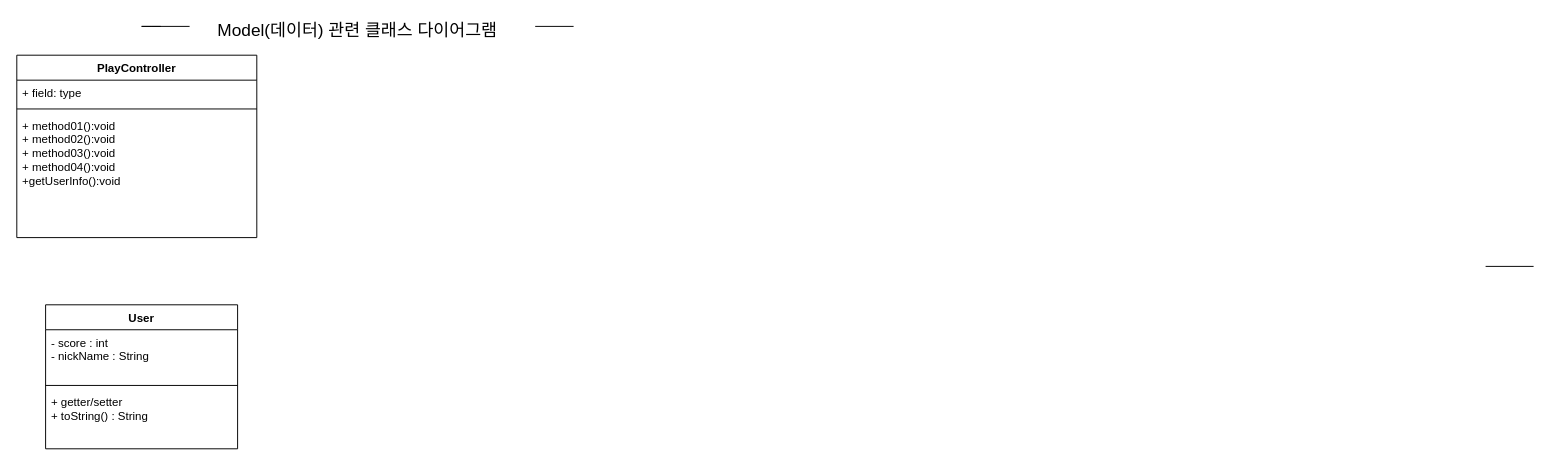
Before: 제목 없는 다이어그램.drawio in jeongwoops/jeongwoops.github.io, a draw.io diagram. Source tidied: cells renumbered, new cells numbered last; positions are measured from the earlier drawing's top-left corner, leaving out a move shared by most shapes. Both pictures are drawn from the tidied source at 96%, with x=0, y=0 at pixel (16, 16).
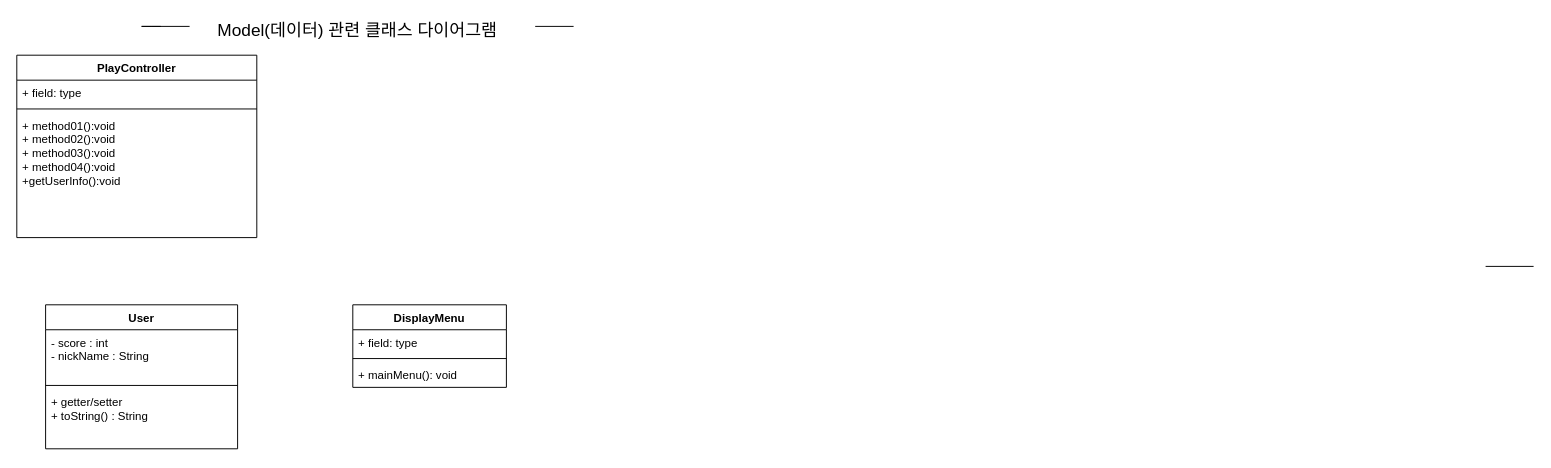
The same page after the edit.

Commit message (it also covers changes not shown here):
제목 없는 다이어그램.drawio 업데이트

Change to the diagram source:
```diff
@@
+    <mxCell id="15" value="DisplayMenu&lt;br&gt;" style="swimlane;fontStyle=1;align=center;verticalAlign=top;horizontal=1;startSize=26;whiteSpace=wrap;html=1;" parent="1" vertex="1">
+      <mxGeometry x="350" y="300" width="160" height="86" as="geometry" />
+    </mxCell>
+    <mxCell id="16" value="+ field: type" style="text;strokeColor=none;fillColor=none;align=left;verticalAlign=top;spacingLeft=4;spacingRight=4;overflow=hidden;whiteSpace=wrap;html=1;" parent="15" vertex="1">
+      <mxGeometry y="26" width="160" height="26" as="geometry" />
+    </mxCell>
+    <mxCell id="17" style="line;strokeWidth=1;fillColor=none;align=left;verticalAlign=middle;spacingTop=-1;spacingLeft=3;spacingRight=3;labelPosition=right;strokeColor=inherit;" parent="15" vertex="1">
+      <mxGeometry y="52" width="160" height="8" as="geometry" />
+    </mxCell>
+    <mxCell id="18" value="+ mainMenu(): void" style="text;strokeColor=none;fillColor=none;align=left;verticalAlign=top;spacingLeft=4;spacingRight=4;overflow=hidden;whiteSpace=wrap;html=1;" parent="15" vertex="1">
+      <mxGeometry y="60" width="160" height="26" as="geometry" />
+    </mxCell>
```
